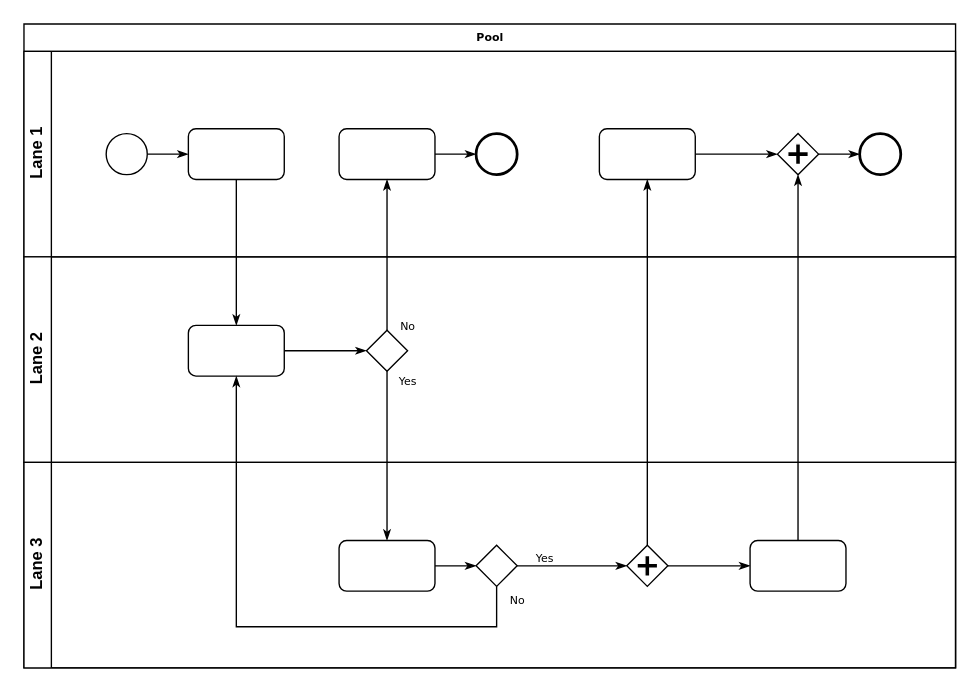
Above: Untitled Diagram.drawio in lfamendes/git-hello-world (draw.io), before the change. Source tidied: cells renumbered, new cells numbered last; positions are measured from the earlier drawing's top-left corner, leaving out a move shared by most shapes. Both pictures are drawn from the tidied source at 137%, with x=0, y=0 at pixel (23, 23).
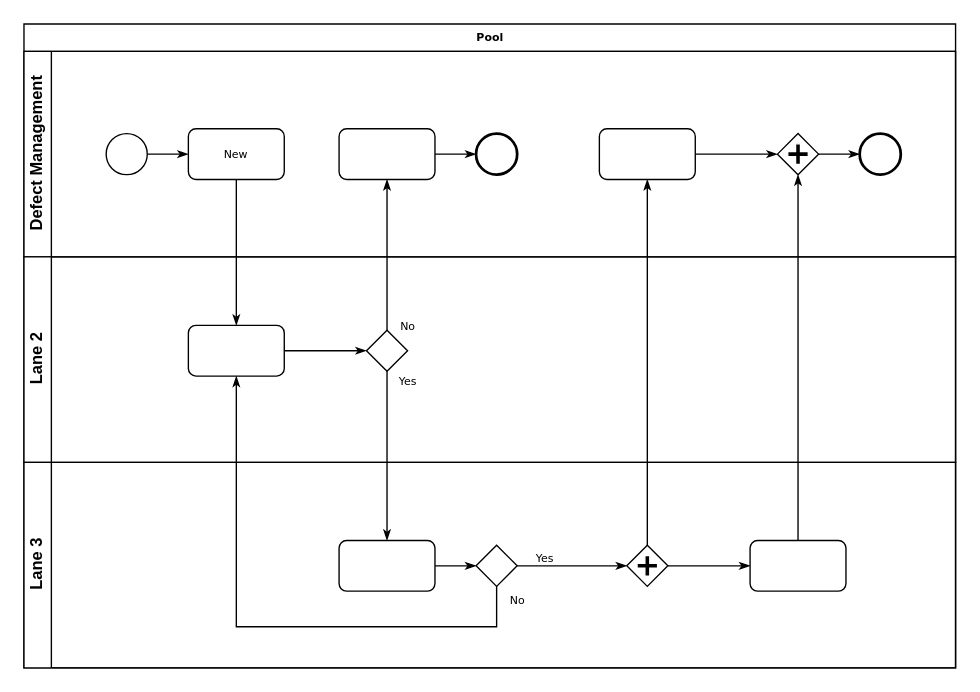
After the change.

Unchanged cells that the change refers to:
```xml
<mxCell id="2" value="Pool" style="swimlane;html=1;horizontal=1;startSize=20;rounded=0;shadow=0;labelBackgroundColor=none;strokeWidth=1;fontFamily=Verdana;fontSize=8;align=center;" parent="1" vertex="1">
  <mxGeometry width="680" height="470" as="geometry" />
</mxCell>
```

Change to the diagram source:
```diff
@@
-    <mxCell id="3" value="Lane 1" style="swimlane;html=1;startSize=20;horizontal=0;" parent="2" vertex="1">
+    <mxCell id="3" value="Defect Management" style="swimlane;html=1;startSize=20;horizontal=0;" parent="2" vertex="1">
       <mxGeometry y="20" width="680" height="150" as="geometry" />
     </mxCell>
@@
-    <mxCell id="6" style="rounded=1;whiteSpace=wrap;html=1;shadow=0;labelBackgroundColor=none;strokeWidth=1;fontFamily=Verdana;fontSize=8;align=center;" parent="3" vertex="1">
+    <mxCell id="6" value="New" style="rounded=1;whiteSpace=wrap;html=1;shadow=0;labelBackgroundColor=none;strokeWidth=1;fontFamily=Verdana;fontSize=8;align=center;" parent="3" vertex="1">
       <mxGeometry x="120" y="56.5" width="70" height="37" as="geometry" />
     </mxCell>
```
